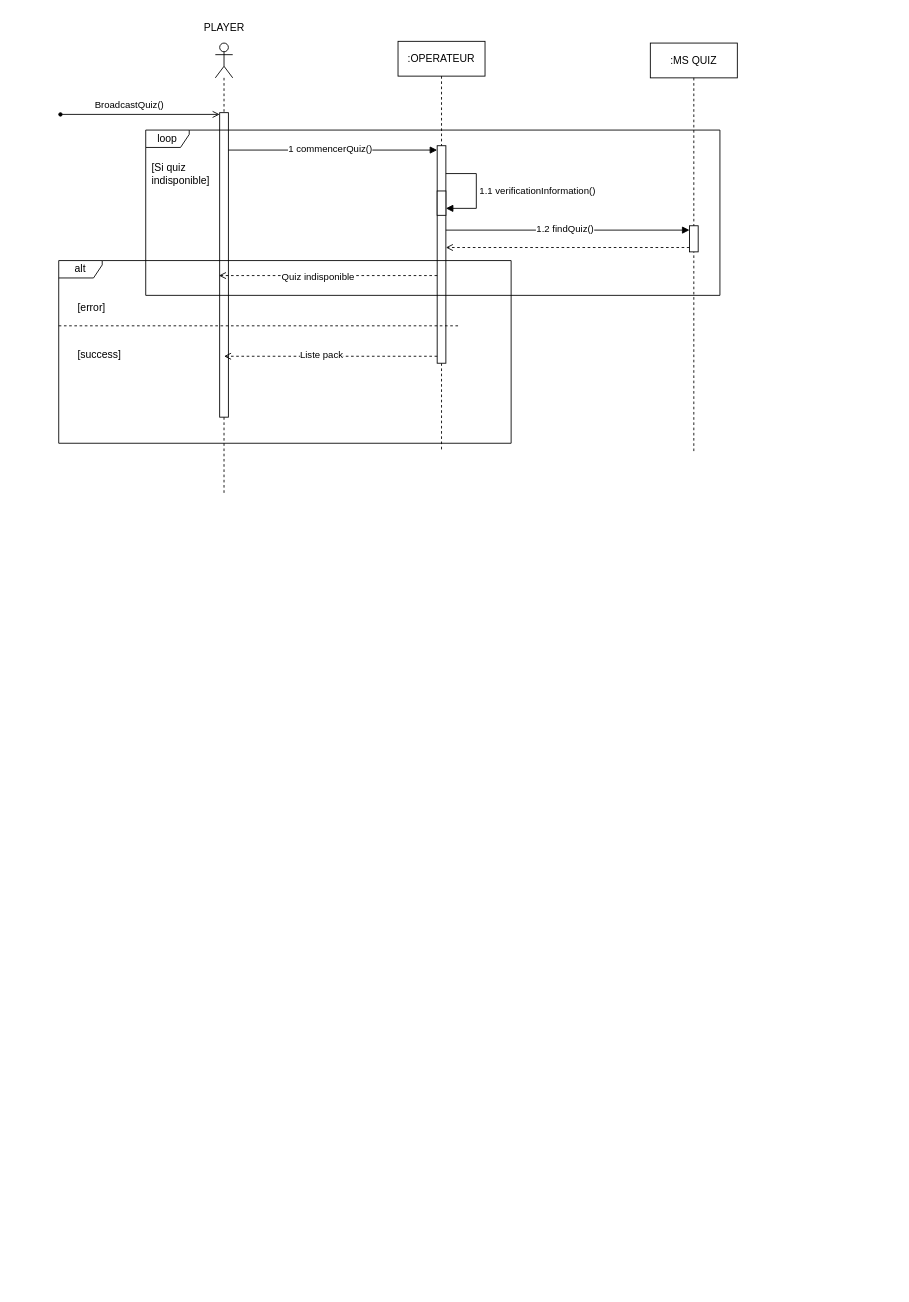
Above: page "DS-JOUER-QUIZ-SMS" (2 of 4) of QuizDiagram.drawio in kbvac/Diagramme-UML (draw.io), before the change. Source tidied: cells renumbered, new cells numbered last; positions are measured from the earlier drawing's top-left corner, leaving out a move shared by most shapes. Both pictures are drawn from the tidied source at 87%, with x=0, y=0 at pixel (58, 15).
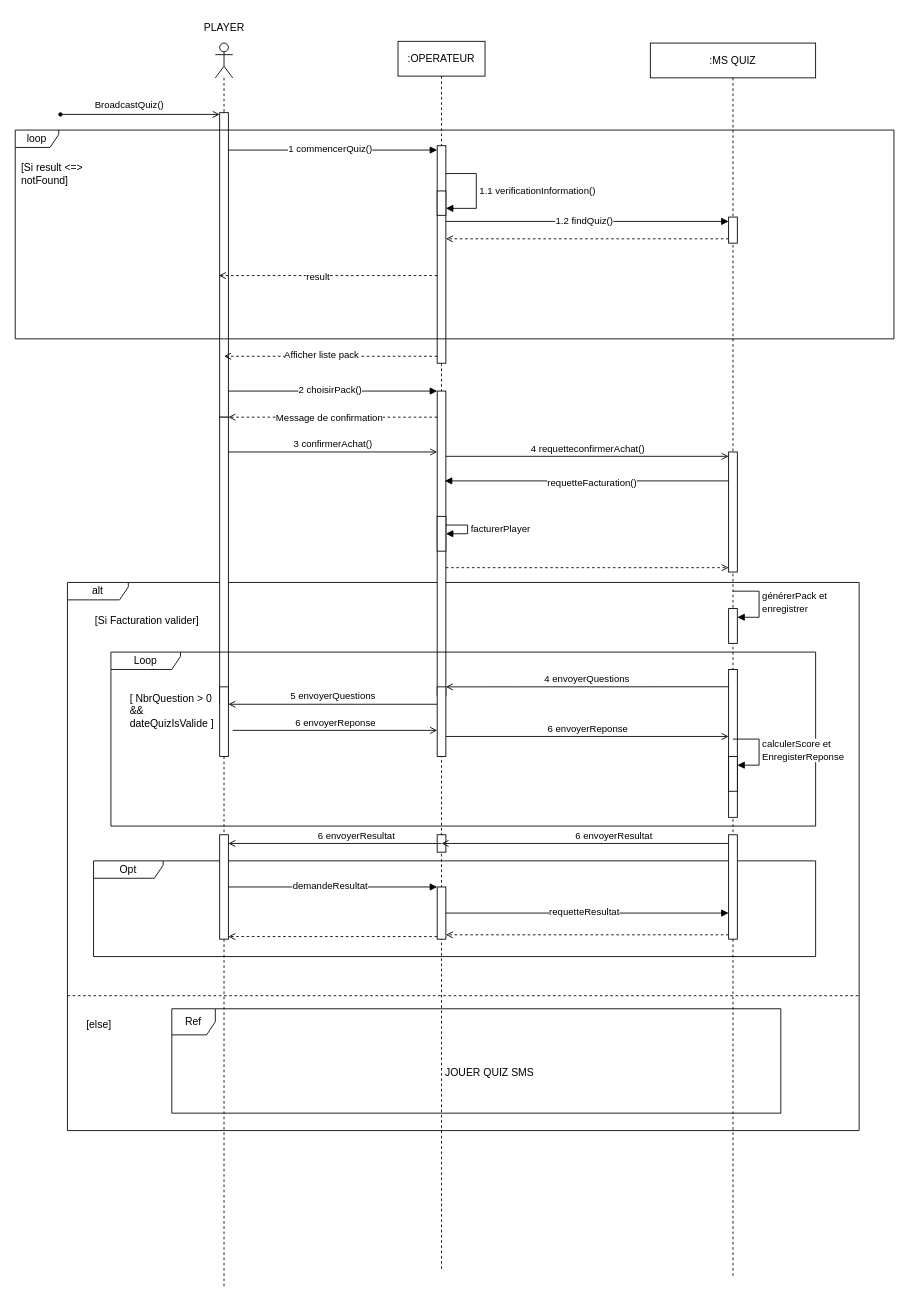
The same page after the edit.

Unchanged cells that the change refers to:
```xml
<mxCell id="3" style="html=1;points=[[0,0,0,0,5],[0,1,0,0,-5],[1,0,0,0,5],[1,1,0,0,-5]];perimeter=orthogonalPerimeter;outlineConnect=0;targetShapes=umlLifeline;portConstraint=eastwest;newEdgeStyle={&quot;curved&quot;:0,&quot;rounded&quot;:0};" parent="2" vertex="1">
  <mxGeometry x="5" y="80" width="10" height="350" as="geometry" />
</mxCell>
<mxCell id="22" style="html=1;verticalAlign=bottom;labelBackgroundColor=none;endArrow=open;endFill=0;dashed=1;rounded=0;entryX=0.5;entryY=0.8;entryDx=0;entryDy=0;entryPerimeter=0;" parent="1" edge="1" source="11" target="3">
  <mxGeometry relative="1" as="geometry" />
</mxCell>
<mxCell id="24" style="html=1;verticalAlign=bottom;labelBackgroundColor=none;endArrow=open;endFill=0;dashed=1;rounded=0;entryX=-0.086;entryY=0.535;entryDx=0;entryDy=0;entryPerimeter=0;" parent="1" edge="1" source="11" target="3">
  <mxGeometry relative="1" as="geometry" />
</mxCell>
```

Change to the diagram source:
```diff
@@
     <mxCell id="2" style="shape=umlLifeline;perimeter=lifelinePerimeter;whiteSpace=wrap;html=1;newEdgeStyle={&quot;curved&quot;:0,&quot;rounded&quot;:0};participant=umlActor;" parent="1" vertex="1">
-      <mxGeometry x="180" y="32" width="20" height="520" as="geometry" />
+      <mxGeometry x="180" y="32" width="20" height="1430" as="geometry" />
     </mxCell>
@@
     <mxCell id="10" value=":OPERATEUR" style="shape=umlLifeline;perimeter=lifelinePerimeter;whiteSpace=wrap;html=1;newEdgeStyle={&quot;edgeStyle&quot;:&quot;elbowEdgeStyle&quot;,&quot;elbow&quot;:&quot;vertical&quot;,&quot;curved&quot;:0,&quot;rounded&quot;:0};" parent="1" vertex="1">
-      <mxGeometry x="390" y="30" width="100" height="472" as="geometry" />
+      <mxGeometry x="390" y="30" width="100" height="1412" as="geometry" />
     </mxCell>
@@
     <mxCell id="14" value=":MS QUIZ" style="shape=umlLifeline;perimeter=lifelinePerimeter;whiteSpace=wrap;html=1;newEdgeStyle={&quot;edgeStyle&quot;:&quot;elbowEdgeStyle&quot;,&quot;elbow&quot;:&quot;vertical&quot;,&quot;curved&quot;:0,&quot;rounded&quot;:0};" parent="1" vertex="1">
-      <mxGeometry x="680" y="32" width="100" height="470" as="geometry" />
+      <mxGeometry x="680" y="32" width="190" height="1420" as="geometry" />
     </mxCell>
     <mxCell id="15" style="html=1;points=[[0,0,0,0,5],[0,1,0,0,-5],[1,0,0,0,5],[1,1,0,0,-5]];perimeter=orthogonalPerimeter;outlineConnect=0;targetShapes=umlLifeline;portConstraint=eastwest;newEdgeStyle={&quot;curved&quot;:0,&quot;rounded&quot;:0};" parent="14" vertex="1">
-      <mxGeometry x="45" y="210" width="10" height="30" as="geometry" />
+      <mxGeometry x="90" y="200" width="10" height="30" as="geometry" />
     </mxCell>
+    <mxCell id="28" style="html=1;points=[[0,0,0,0,5],[0,1,0,0,-5],[1,0,0,0,5],[1,1,0,0,-5]];perimeter=orthogonalPerimeter;outlineConnect=0;targetShapes=umlLifeline;portConstraint=eastwest;newEdgeStyle={&quot;curved&quot;:0,&quot;rounded&quot;:0};" parent="14" vertex="1">
+      <mxGeometry x="90" y="650" width="10" height="40" as="geometry" />
+    </mxCell>
+    <mxCell id="29" value="générerPack et&amp;nbsp;&lt;br&gt;enregistrer" style="html=1;align=left;spacingLeft=2;endArrow=block;rounded=0;edgeStyle=orthogonalEdgeStyle;curved=0;rounded=0;" parent="14" edge="1" target="28">
+      <mxGeometry relative="1" as="geometry">
+        <mxPoint x="95" y="630" as="sourcePoint" />
+        <Array as="points">
+          <mxPoint x="125" y="660" />
+        </Array>
+      </mxGeometry>
+    </mxCell>
@@
-    <mxCell id="19" value="alt" style="shape=umlFrame;whiteSpace=wrap;html=1;width=50;height=20;" parent="1" vertex="1">
-      <mxGeometry y="282" width="520" height="210" as="geometry" />
-    </mxCell>
-    <mxCell id="20" value="[error]" style="text;html=1;" parent="19" vertex="1">
-      <mxGeometry width="100" height="20" relative="1" as="geometry">
-        <mxPoint x="20" y="40" as="offset" />
-      </mxGeometry>
-    </mxCell>
-    <mxCell id="21" value="[success]" style="line;strokeWidth=1;dashed=1;labelPosition=center;verticalLabelPosition=bottom;align=left;verticalAlign=top;spacingLeft=20;spacingTop=15;html=1;whiteSpace=wrap;" parent="19" vertex="1">
-      <mxGeometry y="70" width="460" height="10" as="geometry" />
-    </mxCell>
@@
-    <mxCell id="23" value="Liste pack" style="edgeLabel;html=1;align=center;verticalAlign=middle;" parent="22" vertex="1">
+    <mxCell id="23" value="Afficher liste pack" style="edgeLabel;html=1;align=center;verticalAlign=middle;" parent="22" vertex="1">
       <mxGeometry x="0.09" y="-3" relative="1" as="geometry" />
     </mxCell>
@@
-    <mxCell id="25" value="Quiz indisponible" style="edgeLabel;html=1;align=center;verticalAlign=middle;" parent="24" vertex="1">
+    <mxCell id="25" value="result" style="edgeLabel;html=1;align=center;verticalAlign=middle;" parent="24" vertex="1">
       <mxGeometry x="0.1" y="1" relative="1" as="geometry" />
     </mxCell>
     <mxCell id="26" value="loop" style="shape=umlFrame;whiteSpace=wrap;html=1;width=50;height=20;" parent="1" vertex="1">
-      <mxGeometry x="100" y="132" width="660" height="190" as="geometry" />
+      <mxGeometry x="-50" y="132" width="1010" height="240" as="geometry" />
     </mxCell>
-    <mxCell id="27" value="[Si quiz &lt;br&gt;indisponible]" style="text;html=1;" parent="26" vertex="1">
+    <mxCell id="27" value="[Si&amp;nbsp;result &amp;lt;=&amp;gt;&lt;br&gt;notFound]" style="text;html=1;" parent="26" vertex="1">
       <mxGeometry x="5" y="30" width="45" height="20" as="geometry" />
     </mxCell>
+    <mxCell id="30" style="html=1;verticalAlign=bottom;labelBackgroundColor=none;endArrow=block;endFill=1;rounded=0;" parent="1" edge="1" source="3" target="46">
+      <mxGeometry relative="1" as="geometry" />
+    </mxCell>
+    <mxCell id="31" value="2 choisirPack()" style="edgeLabel;html=1;align=center;verticalAlign=middle;" parent="30" vertex="1">
+      <mxGeometry x="-0.03" y="2" relative="1" as="geometry" />
+    </mxCell>
+    <mxCell id="19" value="alt" style="shape=umlFrame;whiteSpace=wrap;html=1;width=70;height=20;" parent="1" vertex="1">
+      <mxGeometry x="10" y="652" width="910" height="630" as="geometry" />
+    </mxCell>
+    <mxCell id="32" value="[Si Facturation valider]" style="text;html=1;" parent="19" vertex="1">
+      <mxGeometry width="100" height="20" relative="1" as="geometry">
+        <mxPoint x="30" y="30" as="offset" />
+      </mxGeometry>
+    </mxCell>
+    <mxCell id="33" value="[else]" style="line;strokeWidth=1;dashed=1;labelPosition=center;verticalLabelPosition=bottom;align=left;verticalAlign=top;spacingLeft=20;spacingTop=15;html=1;whiteSpace=wrap;" parent="19" vertex="1">
+      <mxGeometry y="470" width="910" height="10" as="geometry" />
+    </mxCell>
+    <mxCell id="34" value="Opt" style="shape=umlFrame;whiteSpace=wrap;html=1;width=80;height=20;" parent="19" vertex="1">
+      <mxGeometry x="30" y="320" width="830" height="110" as="geometry" />
+    </mxCell>
+    <mxCell id="35" style="html=1;points=[[0,0,0,0,5],[0,1,0,0,-5],[1,0,0,0,5],[1,1,0,0,-5]];perimeter=orthogonalPerimeter;outlineConnect=0;targetShapes=umlLifeline;portConstraint=eastwest;newEdgeStyle={&quot;curved&quot;:0,&quot;rounded&quot;:0};" parent="34" vertex="1">
+      <mxGeometry x="395" y="-30" width="10" height="20" as="geometry" />
+    </mxCell>
+    <mxCell id="36" style="html=1;points=[[0,0,0,0,5],[0,1,0,0,-5],[1,0,0,0,5],[1,1,0,0,-5]];perimeter=orthogonalPerimeter;outlineConnect=0;targetShapes=umlLifeline;portConstraint=eastwest;newEdgeStyle={&quot;curved&quot;:0,&quot;rounded&quot;:0};" parent="34" vertex="1">
+      <mxGeometry x="395" y="30" width="10" height="60" as="geometry" />
+    </mxCell>
+    <mxCell id="37" value="Ref" style="shape=umlFrame;whiteSpace=wrap;html=1;width=50;" parent="19" vertex="1">
+      <mxGeometry x="120" y="490" width="700" height="120" as="geometry" />
+    </mxCell>
+    <mxCell id="38" value="JOUER QUIZ SMS" style="text;align=center;html=1;" parent="37" vertex="1">
+      <mxGeometry width="100" height="20" relative="1" as="geometry">
+        <mxPoint x="315" y="60" as="offset" />
+      </mxGeometry>
+    </mxCell>
+    <mxCell id="39" value="6 envoyerResultat" style="html=1;verticalAlign=bottom;labelBackgroundColor=none;endArrow=open;endFill=0;rounded=0;exitX=0.5;exitY=0.5;exitDx=0;exitDy=0;exitPerimeter=0;" parent="1" edge="1" source="35" target="55">
+      <mxGeometry x="-0.2" relative="1" as="geometry" />
+    </mxCell>
+    <mxCell id="40" style="html=1;verticalAlign=bottom;labelBackgroundColor=none;endArrow=block;endFill=1;rounded=0;" parent="1" edge="1" source="55" target="36">
+      <mxGeometry relative="1" as="geometry" />
+    </mxCell>
+    <mxCell id="41" value="demandeResultat" style="edgeLabel;html=1;align=center;verticalAlign=middle;" parent="40" vertex="1">
+      <mxGeometry x="-0.03" y="2" relative="1" as="geometry" />
+    </mxCell>
+    <mxCell id="42" style="html=1;verticalAlign=bottom;labelBackgroundColor=none;endArrow=block;endFill=1;rounded=0;" parent="1" edge="1" source="36" target="64">
+      <mxGeometry relative="1" as="geometry" />
+    </mxCell>
+    <mxCell id="43" value="requetteResultat" style="edgeLabel;html=1;align=center;verticalAlign=middle;" parent="42" vertex="1">
+      <mxGeometry x="-0.03" y="2" relative="1" as="geometry" />
+    </mxCell>
+    <mxCell id="44" style="html=1;verticalAlign=bottom;labelBackgroundColor=none;endArrow=open;endFill=0;dashed=1;rounded=0;entryX=1;entryY=1;entryDx=0;entryDy=-5;entryPerimeter=0;" parent="1" edge="1" source="64" target="36">
+      <mxGeometry relative="1" as="geometry" />
+    </mxCell>
+    <mxCell id="45" style="html=1;verticalAlign=bottom;labelBackgroundColor=none;endArrow=open;endFill=0;dashed=1;rounded=0;" parent="1" edge="1">
+      <mxGeometry relative="1" as="geometry">
+        <mxPoint x="435" y="1059" as="sourcePoint" />
+        <mxPoint x="195" y="1059" as="targetPoint" />
+      </mxGeometry>
+    </mxCell>
+    <mxCell id="46" style="html=1;points=[[0,0,0,0,5],[0,1,0,0,-5],[1,0,0,0,5],[1,1,0,0,-5]];perimeter=orthogonalPerimeter;outlineConnect=0;targetShapes=umlLifeline;portConstraint=eastwest;newEdgeStyle={&quot;curved&quot;:0,&quot;rounded&quot;:0};" parent="1" vertex="1">
+      <mxGeometry x="435" y="432" width="10" height="350" as="geometry" />
+    </mxCell>
+    <mxCell id="47" style="html=1;verticalAlign=bottom;labelBackgroundColor=none;endArrow=open;endFill=0;dashed=1;rounded=0;" parent="1" edge="1" target="3">
+      <mxGeometry relative="1" as="geometry">
+        <mxPoint x="435" y="462" as="sourcePoint" />
+      </mxGeometry>
+    </mxCell>
+    <mxCell id="48" value="Message de confirmation" style="edgeLabel;html=1;align=center;verticalAlign=middle;" parent="47" vertex="1">
+      <mxGeometry x="0.25" y="2" relative="1" as="geometry">
+        <mxPoint x="25" y="-2" as="offset" />
+      </mxGeometry>
+    </mxCell>
+    <mxCell id="49" style="html=1;perimeter=orthogonalPerimeter;targetShapes=umlLifeline;newEdgeStyle={&quot;curved&quot;:0,&quot;rounded&quot;:0};" parent="1" vertex="1">
+      <mxGeometry x="185" y="462" width="10" height="330" as="geometry" />
+    </mxCell>
+    <mxCell id="50" value="3 confirmerAchat()" style="html=1;verticalAlign=bottom;labelBackgroundColor=none;endArrow=open;endFill=0;rounded=0;" parent="1" edge="1">
+      <mxGeometry relative="1" as="geometry">
+        <mxPoint x="195" y="502" as="sourcePoint" />
+        <mxPoint x="435" y="502" as="targetPoint" />
+      </mxGeometry>
+    </mxCell>
+    <mxCell id="51" style="html=1;points=[[0,0,0,0,5],[0,1,0,0,-5],[1,0,0,0,5],[1,1,0,0,-5]];perimeter=orthogonalPerimeter;outlineConnect=0;targetShapes=umlLifeline;portConstraint=eastwest;newEdgeStyle={&quot;curved&quot;:0,&quot;rounded&quot;:0};" parent="1" vertex="1">
+      <mxGeometry x="770" y="502" width="10" height="138" as="geometry" />
+    </mxCell>
+    <mxCell id="52" style="html=1;verticalAlign=bottom;labelBackgroundColor=none;endArrow=block;endFill=1;rounded=0;entryX=0.877;entryY=0.295;entryDx=0;entryDy=0;entryPerimeter=0;" parent="1" edge="1" source="51" target="46">
+      <mxGeometry relative="1" as="geometry" />
+    </mxCell>
+    <mxCell id="53" value="requetteFacturation()" style="edgeLabel;html=1;align=center;verticalAlign=middle;" parent="52" vertex="1">
+      <mxGeometry x="-0.03" y="2" relative="1" as="geometry" />
+    </mxCell>
+    <mxCell id="54" style="html=1;verticalAlign=bottom;labelBackgroundColor=none;endArrow=open;endFill=0;dashed=1;rounded=0;entryX=0;entryY=1;entryDx=0;entryDy=-5;entryPerimeter=0;" parent="1" edge="1" source="46" target="51">
+      <mxGeometry relative="1" as="geometry" />
+    </mxCell>
+    <mxCell id="55" style="html=1;points=[[0,0,0,0,5],[0,1,0,0,-5],[1,0,0,0,5],[1,1,0,0,-5]];perimeter=orthogonalPerimeter;outlineConnect=0;targetShapes=umlLifeline;portConstraint=eastwest;newEdgeStyle={&quot;curved&quot;:0,&quot;rounded&quot;:0};" parent="1" vertex="1">
+      <mxGeometry x="185" y="942" width="10" height="120" as="geometry" />
+    </mxCell>
+    <mxCell id="56" value="5 envoyerQuestions" style="html=1;verticalAlign=bottom;labelBackgroundColor=none;endArrow=open;endFill=0;rounded=0;" parent="1" edge="1">
+      <mxGeometry relative="1" as="geometry">
+        <mxPoint x="435" y="792" as="sourcePoint" />
+        <mxPoint x="195" y="792" as="targetPoint" />
+      </mxGeometry>
+    </mxCell>
+    <mxCell id="57" value="6 envoyerReponse" style="html=1;verticalAlign=bottom;labelBackgroundColor=none;endArrow=open;endFill=0;rounded=0;" parent="1" edge="1">
+      <mxGeometry relative="1" as="geometry">
+        <mxPoint x="200" y="822" as="sourcePoint" />
+        <mxPoint x="435" y="822" as="targetPoint" />
+      </mxGeometry>
+    </mxCell>
+    <mxCell id="58" value="6 envoyerReponse" style="html=1;verticalAlign=bottom;labelBackgroundColor=none;endArrow=open;endFill=0;rounded=0;" parent="1" edge="1" target="61">
+      <mxGeometry relative="1" as="geometry">
+        <mxPoint x="445" y="829" as="sourcePoint" />
+      </mxGeometry>
+    </mxCell>
+    <mxCell id="59" value="Loop" style="shape=umlFrame;whiteSpace=wrap;html=1;width=80;height=20;" parent="1" vertex="1">
+      <mxGeometry x="60" y="732" width="810" height="200" as="geometry" />
+    </mxCell>
+    <mxCell id="60" value="[ NbrQuestion &amp;gt; 0 &lt;br&gt;&amp;amp;&amp;amp;&lt;br&gt;dateQuizIsValide ]&amp;nbsp;" style="text;html=1;" parent="59" vertex="1">
+      <mxGeometry width="100" height="20" relative="1" as="geometry">
+        <mxPoint x="20" y="40" as="offset" />
+      </mxGeometry>
+    </mxCell>
+    <mxCell id="61" style="html=1;points=[[0,0,0,0,5],[0,1,0,0,-5],[1,0,0,0,5],[1,1,0,0,-5]];perimeter=orthogonalPerimeter;outlineConnect=0;targetShapes=umlLifeline;portConstraint=eastwest;newEdgeStyle={&quot;curved&quot;:0,&quot;rounded&quot;:0};" parent="1" vertex="1">
+      <mxGeometry x="770" y="752" width="10" height="170" as="geometry" />
+    </mxCell>
+    <mxCell id="62" style="html=1;points=[[0,0,0,0,5],[0,1,0,0,-5],[1,0,0,0,5],[1,1,0,0,-5]];perimeter=orthogonalPerimeter;outlineConnect=0;targetShapes=umlLifeline;portConstraint=eastwest;newEdgeStyle={&quot;curved&quot;:0,&quot;rounded&quot;:0};" parent="1" vertex="1">
+      <mxGeometry x="770" y="852" width="10" height="40" as="geometry" />
+    </mxCell>
+    <mxCell id="63" value="calculerScore et &lt;br&gt;EnregisterReponse" style="html=1;align=left;spacingLeft=2;endArrow=block;rounded=0;edgeStyle=orthogonalEdgeStyle;curved=0;rounded=0;" parent="1" edge="1" target="62">
+      <mxGeometry relative="1" as="geometry">
+        <mxPoint x="775" y="832" as="sourcePoint" />
+        <Array as="points">
+          <mxPoint x="805" y="862" />
+        </Array>
+      </mxGeometry>
+    </mxCell>
+    <mxCell id="64" style="html=1;points=[[0,0,0,0,5],[0,1,0,0,-5],[1,0,0,0,5],[1,1,0,0,-5]];perimeter=orthogonalPerimeter;outlineConnect=0;targetShapes=umlLifeline;portConstraint=eastwest;newEdgeStyle={&quot;curved&quot;:0,&quot;rounded&quot;:0};" parent="1" vertex="1">
+      <mxGeometry x="770" y="942" width="10" height="120" as="geometry" />
+    </mxCell>
+    <mxCell id="65" style="html=1;perimeter=orthogonalPerimeter;targetShapes=umlLifeline;newEdgeStyle={&quot;curved&quot;:0,&quot;rounded&quot;:0};" parent="1" vertex="1">
+      <mxGeometry x="185" y="772" width="10" height="80" as="geometry" />
+    </mxCell>
+    <mxCell id="66" value="4 envoyerQuestions" style="html=1;verticalAlign=bottom;labelBackgroundColor=none;endArrow=open;endFill=0;rounded=0;exitX=0.007;exitY=0.117;exitDx=0;exitDy=0;exitPerimeter=0;" parent="1" edge="1" source="61" target="67">
+      <mxGeometry relative="1" as="geometry" />
+    </mxCell>
+    <mxCell id="67" style="html=1;points=[[0,0,0,0,5],[0,1,0,0,-5],[1,0,0,0,5],[1,1,0,0,-5]];perimeter=orthogonalPerimeter;outlineConnect=0;targetShapes=umlLifeline;portConstraint=eastwest;newEdgeStyle={&quot;curved&quot;:0,&quot;rounded&quot;:0};" parent="1" vertex="1">
+      <mxGeometry x="435" y="772" width="10" height="80" as="geometry" />
+    </mxCell>
+    <mxCell id="68" style="html=1;points=[[0,0,0,0,5],[0,1,0,0,-5],[1,0,0,0,5],[1,1,0,0,-5]];perimeter=orthogonalPerimeter;outlineConnect=0;targetShapes=umlLifeline;portConstraint=eastwest;newEdgeStyle={&quot;curved&quot;:0,&quot;rounded&quot;:0};" parent="1" vertex="1">
+      <mxGeometry x="435" y="576" width="10" height="40" as="geometry" />
+    </mxCell>
+    <mxCell id="69" value="facturerPlayer" style="html=1;align=left;spacingLeft=2;endArrow=block;rounded=0;edgeStyle=orthogonalEdgeStyle;curved=0;rounded=0;" parent="1" edge="1" source="46" target="68">
+      <mxGeometry relative="1" as="geometry">
+        <Array as="points">
+          <mxPoint x="470" y="586" />
+          <mxPoint x="470" y="596" />
+        </Array>
+      </mxGeometry>
+    </mxCell>
+    <mxCell id="70" value="6 envoyerResultat" style="html=1;verticalAlign=bottom;labelBackgroundColor=none;endArrow=open;endFill=0;rounded=0;entryX=0.5;entryY=0.5;entryDx=0;entryDy=0;entryPerimeter=0;" parent="1" edge="1" target="35">
+      <mxGeometry x="-0.2" relative="1" as="geometry">
+        <mxPoint x="770" y="952" as="sourcePoint" />
+      </mxGeometry>
+    </mxCell>
+    <mxCell id="71" value="4 requetteconfirmerAchat()" style="html=1;verticalAlign=bottom;labelBackgroundColor=none;endArrow=open;endFill=0;rounded=0;entryX=0;entryY=0;entryDx=0;entryDy=5;entryPerimeter=0;" parent="1" edge="1" source="46" target="51">
+      <mxGeometry relative="1" as="geometry" />
+    </mxCell>
```
